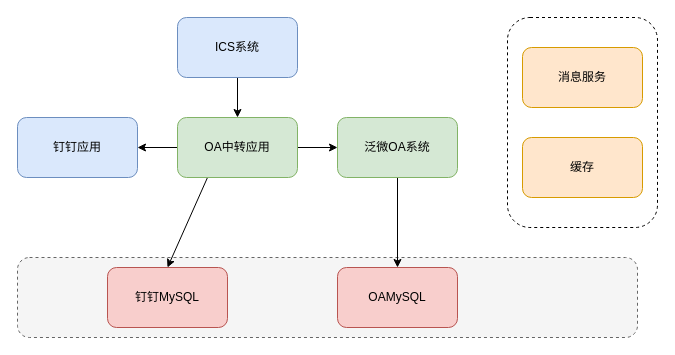
The draw.io diagram work/ICS工单系统.drawio in itzhanglg/technology-image, before the edit. Source tidied: cells renumbered, new cells numbered last; positions are measured from the earlier drawing's top-left corner, leaving out a move shared by most shapes. Both pictures are drawn from the tidied source at 100%, with x=0, y=0 at pixel (17, 17).
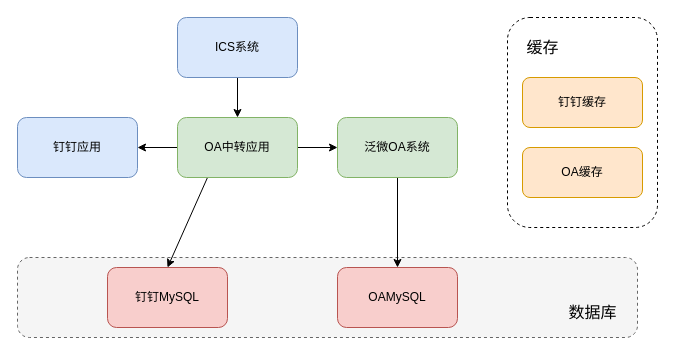
After the change.

Commit message (it also covers changes not shown here):
更新ICS工单系统.drawio

The edit, as a diff of the source:
```diff
@@
 <mxGraphModel>
   <root>
     <mxCell id="0" />
     <mxCell id="1" parent="0" />
     <mxCell id="2" style="rounded=1;whiteSpace=wrap;html=1;shadow=0;glass=0;dashed=1;sketch=0;strokeColor=#000000;strokeWidth=1;fillColor=#FFFFFF;gradientColor=none;" parent="1" vertex="1">
       <mxGeometry x="490" width="150" height="210" as="geometry" />
     </mxCell>
     <mxCell id="3" style="rounded=1;whiteSpace=wrap;html=1;sketch=0;strokeColor=#666666;strokeWidth=1;fillColor=#f5f5f5;glass=0;shadow=0;fontColor=#333333;dashed=1;" parent="1" vertex="1">
       <mxGeometry y="240" width="620" height="80" as="geometry" />
     </mxCell>
     <mxCell id="4" style="edgeStyle=orthogonalEdgeStyle;rounded=0;jettySize=auto;html=1;" parent="1" edge="1" source="5" target="11">
       <mxGeometry relative="1" as="geometry" />
     </mxCell>
     <mxCell id="5" value="ICS系统" style="rounded=1;whiteSpace=wrap;html=1;shadow=0;glass=0;sketch=0;strokeColor=#6c8ebf;strokeWidth=1;fillColor=#dae8fc;" parent="1" vertex="1">
       <mxGeometry x="160" width="120" height="60" as="geometry" />
     </mxCell>
     <mxCell id="6" style="edgeStyle=none;rounded=0;jettySize=auto;html=1;entryX=0.5;entryY=0;entryDx=0;entryDy=0;" parent="1" edge="1" source="7" target="14">
       <mxGeometry relative="1" as="geometry" />
     </mxCell>
     <mxCell id="7" value="泛微OA系统" style="rounded=1;whiteSpace=wrap;html=1;shadow=0;glass=0;sketch=0;strokeColor=#82b366;strokeWidth=1;fillColor=#d5e8d4;" parent="1" vertex="1">
       <mxGeometry x="320" y="100" width="120" height="60" as="geometry" />
     </mxCell>
     <mxCell id="8" style="edgeStyle=none;rounded=0;jettySize=auto;html=1;" parent="1" edge="1" source="11" target="7">
       <mxGeometry relative="1" as="geometry" />
     </mxCell>
     <mxCell id="9" style="edgeStyle=none;rounded=0;jettySize=auto;html=1;" parent="1" edge="1" source="11" target="16">
       <mxGeometry relative="1" as="geometry" />
     </mxCell>
     <mxCell id="10" style="edgeStyle=none;rounded=0;jettySize=auto;html=1;exitX=0.25;exitY=1;exitDx=0;exitDy=0;entryX=0.5;entryY=0;entryDx=0;entryDy=0;" parent="1" edge="1" source="11" target="15">
       <mxGeometry relative="1" as="geometry" />
     </mxCell>
     <mxCell id="11" value="OA中转应用" style="rounded=1;whiteSpace=wrap;html=1;shadow=0;glass=0;sketch=0;strokeColor=#82b366;strokeWidth=1;fillColor=#d5e8d4;" parent="1" vertex="1">
       <mxGeometry x="160" y="100" width="120" height="60" as="geometry" />
     </mxCell>
-    <mxCell id="12" value="消息服务" style="rounded=1;whiteSpace=wrap;html=1;shadow=0;glass=0;sketch=0;strokeColor=#d79b00;strokeWidth=1;fillColor=#ffe6cc;" parent="1" vertex="1">
-      <mxGeometry x="505" y="30" width="120" height="60" as="geometry" />
+    <mxCell id="12" value="钉钉缓存" style="rounded=1;whiteSpace=wrap;html=1;shadow=0;glass=0;sketch=0;strokeColor=#d79b00;strokeWidth=1;fillColor=#ffe6cc;" parent="1" vertex="1">
+      <mxGeometry x="505" y="60" width="120" height="50" as="geometry" />
     </mxCell>
-    <mxCell id="13" value="缓存" style="rounded=1;whiteSpace=wrap;html=1;shadow=0;glass=0;sketch=0;strokeColor=#d79b00;strokeWidth=1;fillColor=#ffe6cc;" parent="1" vertex="1">
-      <mxGeometry x="505" y="120" width="120" height="60" as="geometry" />
+    <mxCell id="13" value="OA缓存" style="rounded=1;whiteSpace=wrap;html=1;shadow=0;glass=0;sketch=0;strokeColor=#d79b00;strokeWidth=1;fillColor=#ffe6cc;" parent="1" vertex="1">
+      <mxGeometry x="505" y="130" width="120" height="50" as="geometry" />
     </mxCell>
     <mxCell id="14" value="OAMySQL" style="rounded=1;whiteSpace=wrap;html=1;shadow=0;glass=0;sketch=0;strokeColor=#b85450;strokeWidth=1;fillColor=#f8cecc;" parent="1" vertex="1">
       <mxGeometry x="320" y="250" width="120" height="60" as="geometry" />
     </mxCell>
     <mxCell id="15" value="钉钉MySQL" style="rounded=1;whiteSpace=wrap;html=1;shadow=0;glass=0;sketch=0;strokeColor=#b85450;strokeWidth=1;fillColor=#f8cecc;" parent="1" vertex="1">
       <mxGeometry x="90" y="250" width="120" height="60" as="geometry" />
     </mxCell>
     <mxCell id="16" value="钉钉应用" style="rounded=1;whiteSpace=wrap;html=1;shadow=0;glass=0;sketch=0;strokeColor=#6c8ebf;strokeWidth=1;fillColor=#dae8fc;" parent="1" vertex="1">
       <mxGeometry y="100" width="120" height="60" as="geometry" />
     </mxCell>
+    <mxCell id="17" value="数据库" style="text;html=1;align=center;verticalAlign=middle;fillColor=none;strokeColor=none;rounded=0;shadow=0;glass=0;dashed=1;sketch=0;strokeWidth=1;fontSize=16;" parent="1" vertex="1">
+      <mxGeometry x="540" y="280" width="70" height="30" as="geometry" />
+    </mxCell>
+    <mxCell id="18" value="缓存" style="text;html=1;align=center;verticalAlign=middle;fillColor=none;strokeColor=none;rounded=0;shadow=0;glass=0;dashed=1;sketch=0;strokeWidth=1;fontSize=16;" parent="1" vertex="1">
+      <mxGeometry x="495" y="15" width="60" height="30" as="geometry" />
+    </mxCell>
   </root>
 </mxGraphModel>
```
